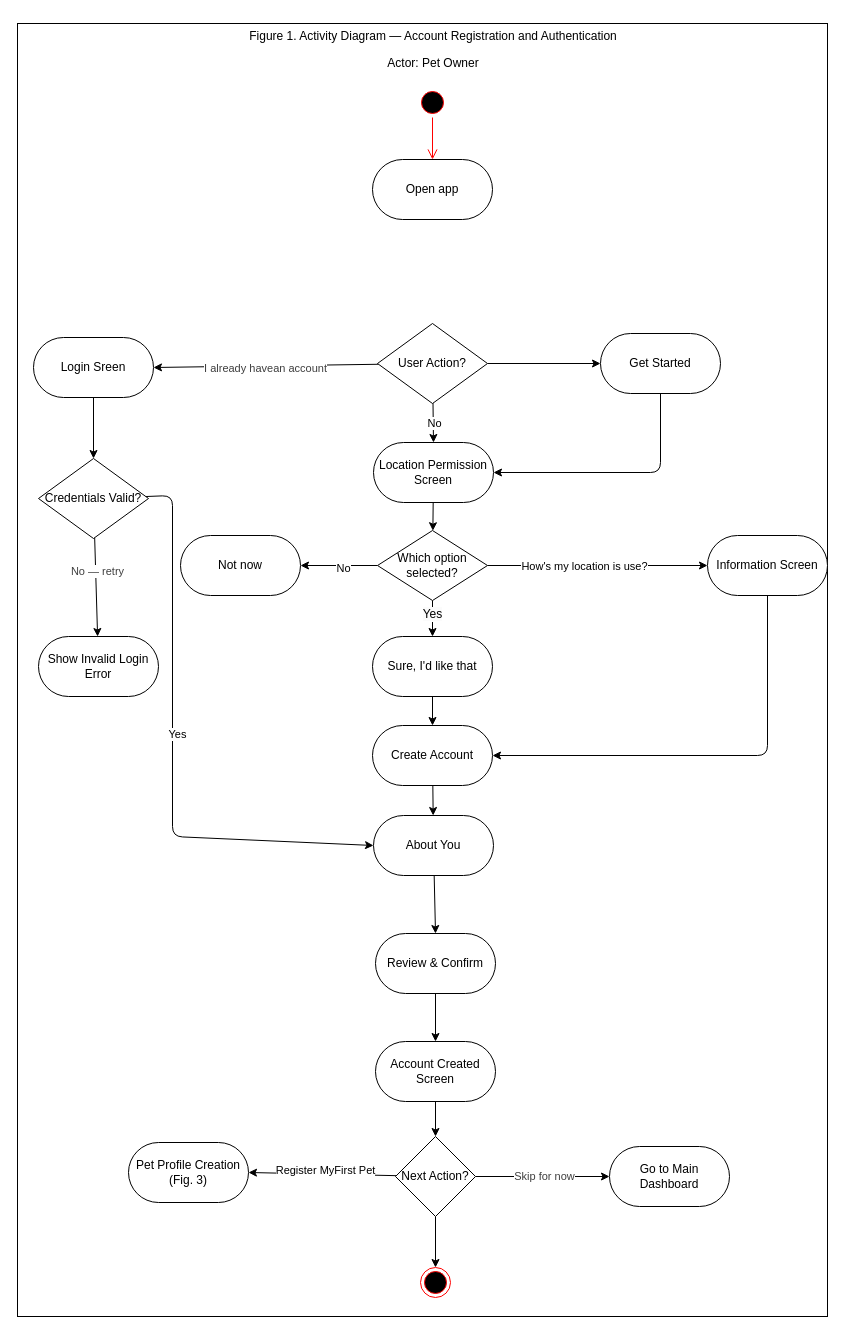
Earlier version of the draw.io diagram ActivityDiagram_Figure1_USALLA.drawio (Chels013/Breedr-Diagrams). Source tidied: cells renumbered, new cells numbered last; positions are measured from the earlier drawing's top-left corner, leaving out a move shared by most shapes. Both pictures are drawn from the tidied source at 100%, with x=0, y=0 at pixel (17, 23).
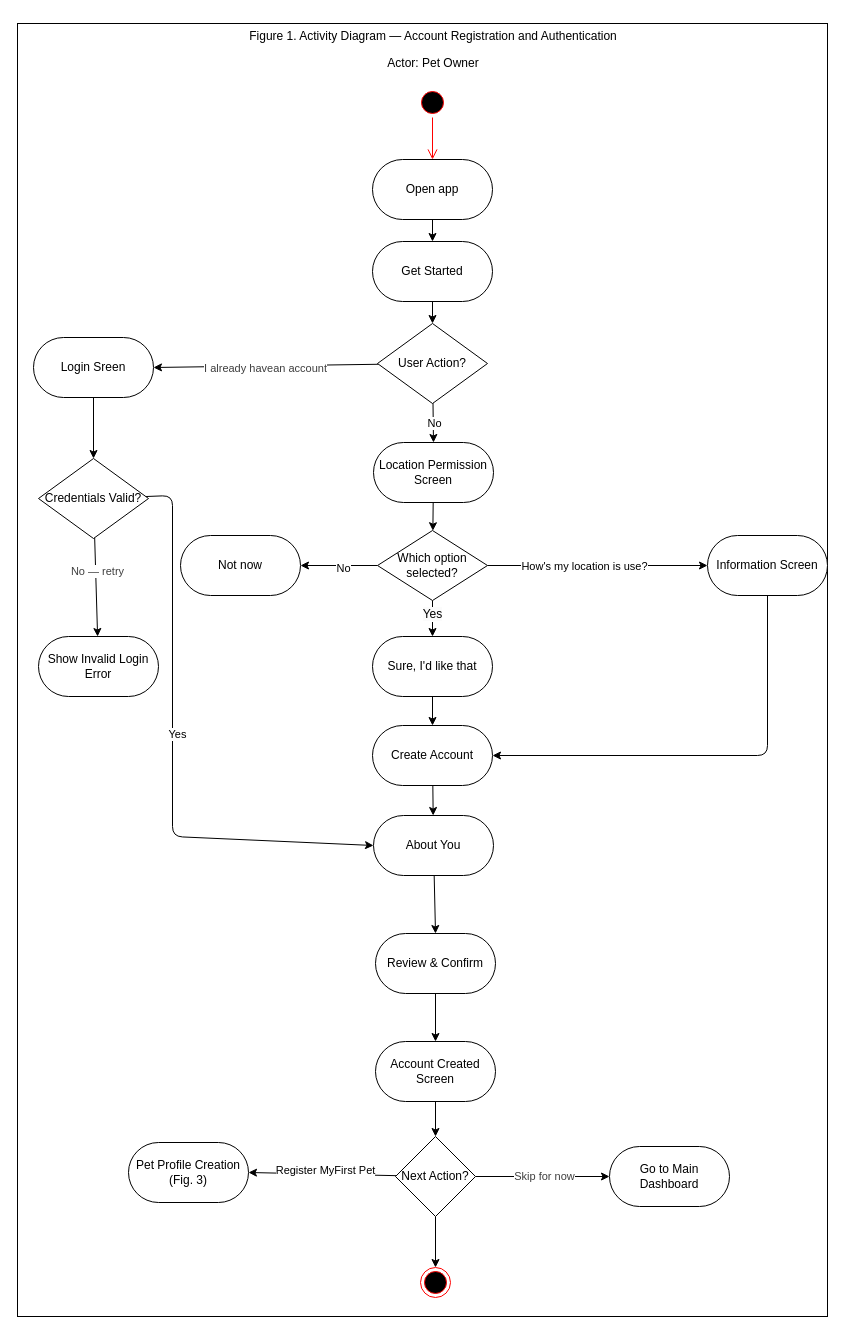
The same page after the edit.

Unchanged cells that the change refers to:
```xml
<mxCell id="6" value="&lt;p&gt;Open app&lt;/p&gt;" style="rounded=1;whiteSpace=wrap;html=1;arcSize=50;" parent="1" vertex="1">
  <mxGeometry x="355" y="136" width="120" height="60" as="geometry" />
</mxCell>
<mxCell id="8" value="Location Permission Screen" style="rounded=1;whiteSpace=wrap;html=1;arcSize=50;" parent="1" vertex="1">
  <mxGeometry x="356" y="419" width="120" height="60" as="geometry" />
</mxCell>
<mxCell id="16" value="&lt;p&gt;User Action?&lt;/p&gt;" style="rhombus;whiteSpace=wrap;html=1;" parent="1" vertex="1">
  <mxGeometry x="360" y="300" width="110" height="80" as="geometry" />
</mxCell>
```

The edit, as a diff of the source:
```diff
@@
+    <mxCell id="54" style="edgeStyle=none;html=1;entryX=0.5;entryY=0;entryDx=0;entryDy=0;" parent="1" edge="1" source="6" target="41">
+      <mxGeometry relative="1" as="geometry" />
+    </mxCell>
@@
-    <mxCell id="15" style="edgeStyle=none;html=1;entryX=0;entryY=0.5;entryDx=0;entryDy=0;" parent="1" edge="1" source="16" target="41">
-      <mxGeometry relative="1" as="geometry" />
-    </mxCell>
@@
-    <mxCell id="40" style="edgeStyle=none;html=1;entryX=1;entryY=0.5;entryDx=0;entryDy=0;" parent="1" edge="1" source="41" target="8">
-      <mxGeometry relative="1" as="geometry">
-        <Array as="points">
-          <mxPoint x="643" y="449" />
-        </Array>
-      </mxGeometry>
-    </mxCell>
-    <mxCell id="41" value="&lt;p&gt;Get Started&lt;/p&gt;" style="rounded=1;whiteSpace=wrap;html=1;arcSize=50;" parent="1" vertex="1">
-      <mxGeometry x="583" y="310" width="120" height="60" as="geometry" />
-    </mxCell>
@@
+    <mxCell id="55" style="edgeStyle=none;html=1;entryX=0.5;entryY=0;entryDx=0;entryDy=0;" parent="1" edge="1" source="41" target="16">
+      <mxGeometry relative="1" as="geometry" />
+    </mxCell>
+    <mxCell id="41" value="&lt;p&gt;Get Started&lt;/p&gt;" style="rounded=1;whiteSpace=wrap;html=1;arcSize=50;" parent="1" vertex="1">
+      <mxGeometry x="355" y="218" width="120" height="60" as="geometry" />
+    </mxCell>
```
